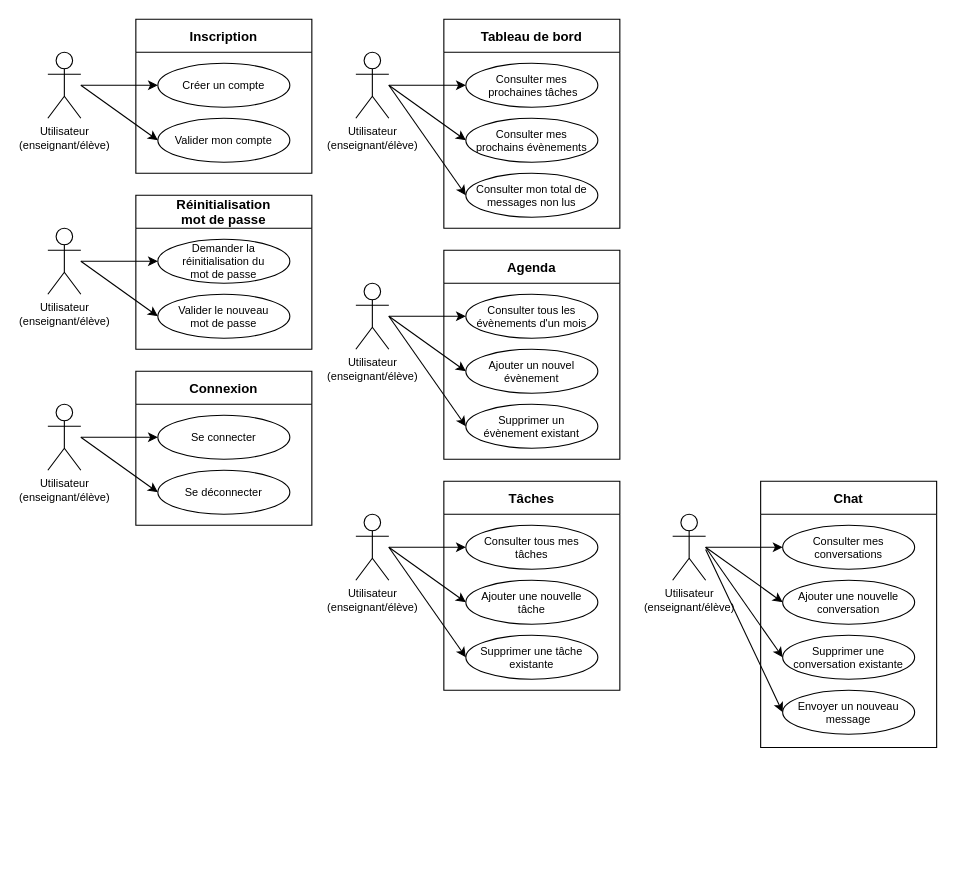
Earlier version of the draw.io diagram page "Unitiares" (1 of 2) of cas-d-utilisations.drawio (melacod/MelanieKlein_10_22122021). Source tidied: cells renumbered, new cells numbered last; positions are measured from the earlier drawing's top-left corner, leaving out a move shared by most shapes. Both pictures are drawn from the tidied source at 110%, with x=0, y=0 at pixel (47, 19).
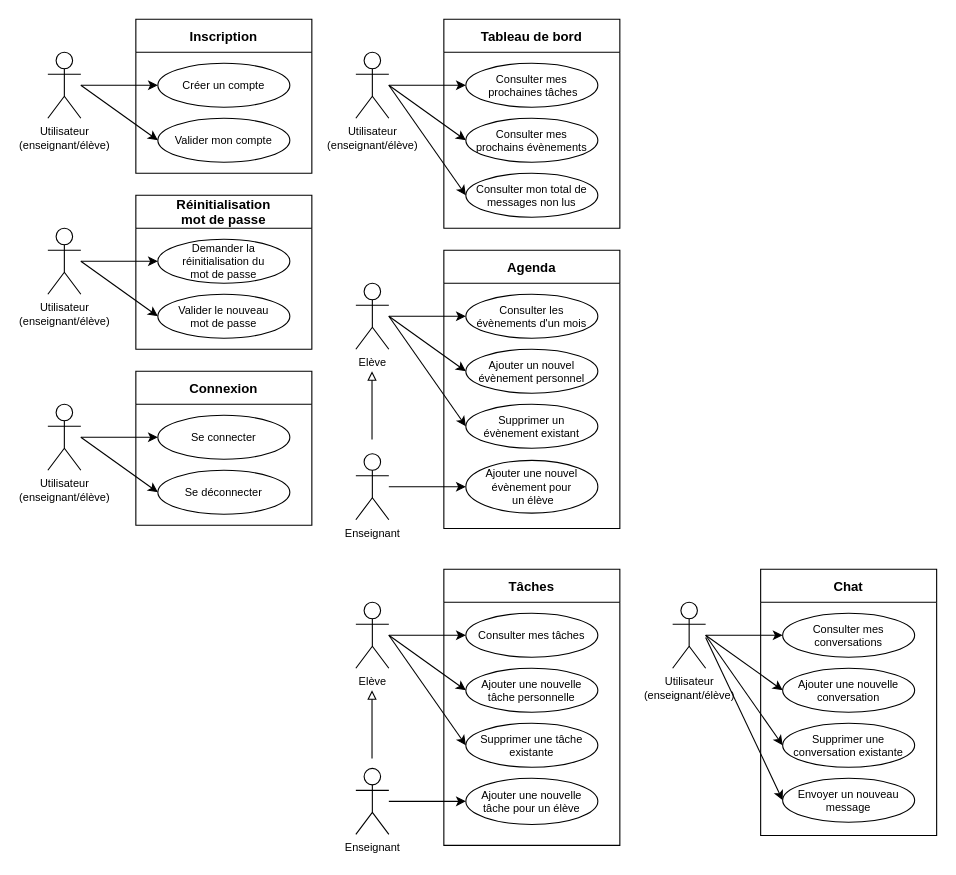
The same page after the edit.

The change refers to these unchanged cells:
```xml
<mxCell id="39" value="Supprimer une tâche existante" style="ellipse;whiteSpace=wrap;html=1;fontSize=10;" parent="36" vertex="1">
  <mxGeometry x="20" y="140" width="120" height="40" as="geometry" />
</mxCell>
<mxCell id="47" value="Ajouter une nouvelle conversation" style="ellipse;whiteSpace=wrap;html=1;fontSize=10;" parent="45" vertex="1">
  <mxGeometry x="20" y="90" width="120" height="40" as="geometry" />
</mxCell>
<mxCell id="48" value="Supprimer une conversation existante" style="ellipse;whiteSpace=wrap;html=1;fontSize=10;" parent="45" vertex="1">
  <mxGeometry x="20" y="140" width="120" height="40" as="geometry" />
</mxCell>
<mxCell id="49" value="Envoyer un nouveau message" style="ellipse;whiteSpace=wrap;html=1;fontSize=10;" parent="45" vertex="1">
  <mxGeometry x="20" y="190" width="120" height="40" as="geometry" />
</mxCell>
```

Diff of the diagram source:
```diff
@@
-    <mxCell id="27" value="Utilisateur&lt;br style=&quot;font-size: 10px;&quot;&gt;(enseignant/élève)" style="shape=umlActor;verticalLabelPosition=bottom;verticalAlign=top;html=1;outlineConnect=0;fontSize=10;" parent="1" vertex="1">
+    <mxCell id="27" value="Elève" style="shape=umlActor;verticalLabelPosition=bottom;verticalAlign=top;html=1;outlineConnect=0;fontSize=10;" parent="1" vertex="1">
       <mxGeometry x="280" y="240" width="30" height="60" as="geometry" />
     </mxCell>
     <mxCell id="28" value="Agenda" style="swimlane;startSize=30;" parent="1" vertex="1">
-      <mxGeometry x="360" y="210" width="160" height="190" as="geometry" />
+      <mxGeometry x="360" y="210" width="160" height="253" as="geometry" />
     </mxCell>
-    <mxCell id="29" value="Consulter tous les&lt;br&gt;évènements d'un mois" style="ellipse;whiteSpace=wrap;html=1;fontSize=10;" parent="28" vertex="1">
+    <mxCell id="29" value="Consulter les&lt;br&gt;évènements d'un mois" style="ellipse;whiteSpace=wrap;html=1;fontSize=10;" parent="28" vertex="1">
       <mxGeometry x="20" y="40" width="120" height="40" as="geometry" />
     </mxCell>
-    <mxCell id="30" value="Ajouter un nouvel évènement" style="ellipse;whiteSpace=wrap;html=1;fontSize=10;" parent="28" vertex="1">
+    <mxCell id="30" value="Ajouter un nouvel évènement personnel" style="ellipse;whiteSpace=wrap;html=1;fontSize=10;" parent="28" vertex="1">
       <mxGeometry x="20" y="90" width="120" height="40" as="geometry" />
     </mxCell>
@@
+    <mxCell id="54" value="Ajouter une nouvel évènement pour&lt;br&gt;&amp;nbsp;un élève" style="ellipse;whiteSpace=wrap;html=1;fontSize=10;" parent="28" vertex="1">
+      <mxGeometry x="20" y="191" width="120" height="48" as="geometry" />
+    </mxCell>
@@
-    <mxCell id="35" value="Utilisateur&lt;br style=&quot;font-size: 10px;&quot;&gt;(enseignant/élève)" style="shape=umlActor;verticalLabelPosition=bottom;verticalAlign=top;html=1;outlineConnect=0;fontSize=10;" parent="1" vertex="1">
-      <mxGeometry x="280" y="450" width="30" height="60" as="geometry" />
+    <mxCell id="35" value="Elève" style="shape=umlActor;verticalLabelPosition=bottom;verticalAlign=top;html=1;outlineConnect=0;fontSize=10;" parent="1" vertex="1">
+      <mxGeometry x="280" y="530" width="30" height="60" as="geometry" />
     </mxCell>
     <mxCell id="36" value="Tâches" style="swimlane;startSize=30;" parent="1" vertex="1">
-      <mxGeometry x="360" y="420" width="160" height="190" as="geometry" />
+      <mxGeometry x="360" y="500" width="160" height="251" as="geometry" />
     </mxCell>
-    <mxCell id="37" value="Consulter tous mes tâches" style="ellipse;whiteSpace=wrap;html=1;fontSize=10;" parent="36" vertex="1">
+    <mxCell id="37" value="Consulter mes tâches" style="ellipse;whiteSpace=wrap;html=1;fontSize=10;" parent="36" vertex="1">
       <mxGeometry x="20" y="40" width="120" height="40" as="geometry" />
     </mxCell>
-    <mxCell id="38" value="Ajouter une nouvelle tâche" style="ellipse;whiteSpace=wrap;html=1;fontSize=10;" parent="36" vertex="1">
+    <mxCell id="38" value="Ajouter une nouvelle tâche personnelle" style="ellipse;whiteSpace=wrap;html=1;fontSize=10;" parent="36" vertex="1">
       <mxGeometry x="20" y="90" width="120" height="40" as="geometry" />
     </mxCell>
@@
+    <mxCell id="55" value="Ajouter une nouvelle tâche pour un élève" style="ellipse;whiteSpace=wrap;html=1;fontSize=10;" parent="36" vertex="1">
+      <mxGeometry x="20" y="190" width="120" height="42" as="geometry" />
+    </mxCell>
@@
     <mxCell id="41" style="endArrow=classic;html=1;rounded=0;entryX=0;entryY=0.5;entryDx=0;entryDy=0;" parent="1" edge="1" target="38">
       <mxGeometry relative="1" as="geometry">
-        <mxPoint x="310" y="480" as="sourcePoint" />
+        <mxPoint x="310" y="560" as="sourcePoint" />
       </mxGeometry>
     </mxCell>
     <mxCell id="42" style="endArrow=classic;html=1;rounded=0;entryX=0;entryY=0.5;entryDx=0;entryDy=0;" parent="1" edge="1" target="39">
       <mxGeometry relative="1" as="geometry">
-        <mxPoint x="310" y="480" as="sourcePoint" />
+        <mxPoint x="310" y="560" as="sourcePoint" />
       </mxGeometry>
     </mxCell>
@@
-    <mxCell id="44" value="Utilisateur&lt;br style=&quot;font-size: 10px;&quot;&gt;(enseignant/élève)" style="shape=umlActor;verticalLabelPosition=bottom;verticalAlign=top;html=1;outlineConnect=0;fontSize=10;" parent="1" vertex="1">
-      <mxGeometry x="568" y="450" width="30" height="60" as="geometry" />
+    <mxCell id="44" value="Utilisateur&lt;br&gt;(enseignant/élève)" style="shape=umlActor;verticalLabelPosition=bottom;verticalAlign=top;html=1;outlineConnect=0;fontSize=10;" parent="1" vertex="1">
+      <mxGeometry x="568" y="530" width="30" height="60" as="geometry" />
     </mxCell>
     <mxCell id="45" value="Chat" style="swimlane;startSize=30;" parent="1" vertex="1">
-      <mxGeometry x="648" y="420" width="160" height="242" as="geometry" />
+      <mxGeometry x="648" y="500" width="160" height="242" as="geometry" />
     </mxCell>
@@
     <mxCell id="51" style="endArrow=classic;html=1;rounded=0;entryX=0;entryY=0.5;entryDx=0;entryDy=0;" parent="1" edge="1" target="47">
       <mxGeometry relative="1" as="geometry">
-        <mxPoint x="598" y="480" as="sourcePoint" />
+        <mxPoint x="598" y="560" as="sourcePoint" />
       </mxGeometry>
     </mxCell>
     <mxCell id="52" style="endArrow=classic;html=1;rounded=0;entryX=0;entryY=0.5;entryDx=0;entryDy=0;" parent="1" edge="1" target="48">
       <mxGeometry relative="1" as="geometry">
-        <mxPoint x="598" y="480" as="sourcePoint" />
+        <mxPoint x="598" y="560" as="sourcePoint" />
       </mxGeometry>
     </mxCell>
     <mxCell id="53" style="endArrow=classic;html=1;rounded=0;entryX=0;entryY=0.5;entryDx=0;entryDy=0;" parent="1" edge="1" target="49">
       <mxGeometry relative="1" as="geometry">
-        <mxPoint x="598" y="482" as="sourcePoint" />
+        <mxPoint x="598" y="562" as="sourcePoint" />
       </mxGeometry>
     </mxCell>
+    <mxCell id="56" style="endArrow=classic;html=1;rounded=0;entryX=0;entryY=0.5;entryDx=0;entryDy=0;" parent="1" edge="1" source="57" target="55">
+      <mxGeometry relative="1" as="geometry" />
+    </mxCell>
+    <mxCell id="57" value="Enseignant" style="shape=umlActor;verticalLabelPosition=bottom;verticalAlign=top;html=1;outlineConnect=0;fontSize=10;" parent="1" vertex="1">
+      <mxGeometry x="280" y="681" width="30" height="60" as="geometry" />
+    </mxCell>
+    <mxCell id="58" style="endArrow=block;html=1;rounded=0;endFill=0;" parent="1" edge="1">
+      <mxGeometry relative="1" as="geometry">
+        <mxPoint x="294.7" y="672" as="sourcePoint" />
+        <mxPoint x="294.7" y="610" as="targetPoint" />
+      </mxGeometry>
+    </mxCell>
+    <mxCell id="59" value="Enseignant" style="shape=umlActor;verticalLabelPosition=bottom;verticalAlign=top;html=1;outlineConnect=0;fontSize=10;" parent="1" vertex="1">
+      <mxGeometry x="280" y="395" width="30" height="60" as="geometry" />
+    </mxCell>
+    <mxCell id="60" style="endArrow=block;html=1;rounded=0;endFill=0;" parent="1" edge="1">
+      <mxGeometry relative="1" as="geometry">
+        <mxPoint x="294.7" y="382" as="sourcePoint" />
+        <mxPoint x="294.7" y="320" as="targetPoint" />
+      </mxGeometry>
+    </mxCell>
+    <mxCell id="61" style="endArrow=classic;html=1;rounded=0;entryX=0;entryY=0.5;entryDx=0;entryDy=0;" parent="1" edge="1" source="59" target="54">
+      <mxGeometry relative="1" as="geometry" />
+    </mxCell>
```
